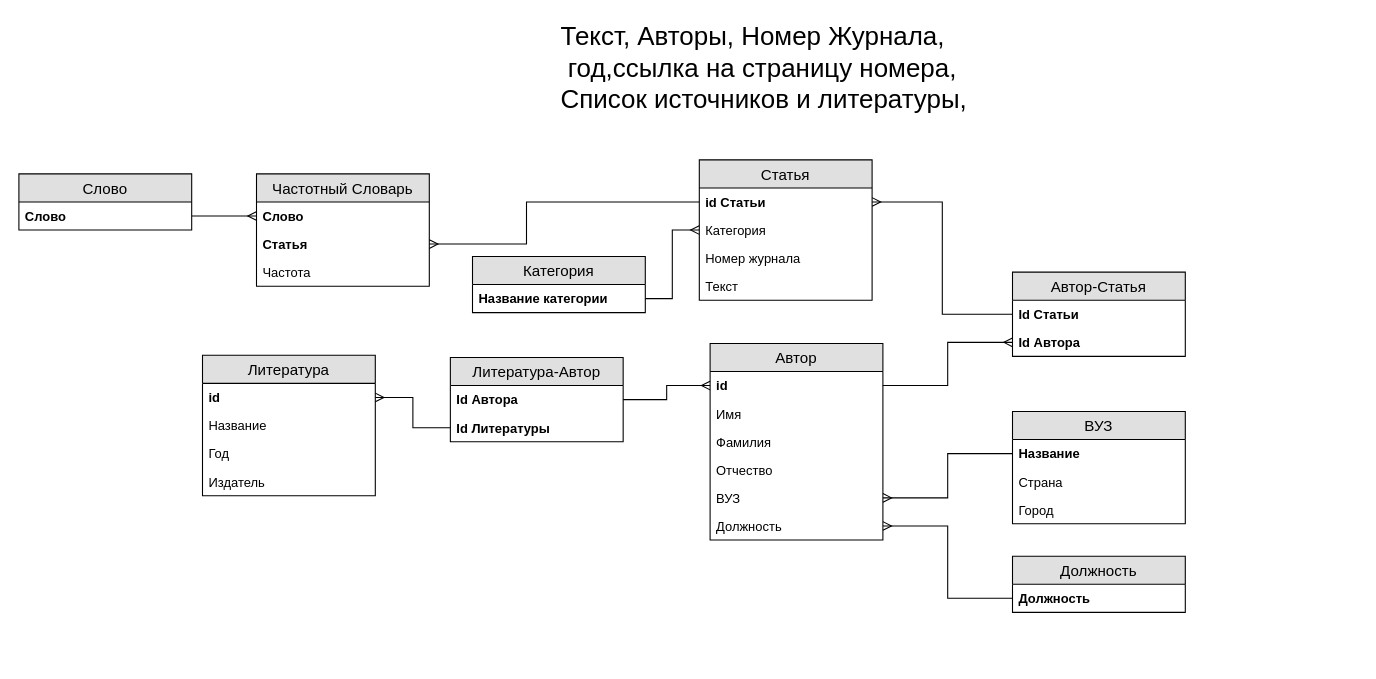
This is Диаграмма без названия.drawio from LeXgv/apteka-ER, a draw.io file, before an edit. Source tidied: cells renumbered, new cells numbered last; positions are measured from the earlier drawing's top-left corner, leaving out a move shared by most shapes. Both pictures are drawn from the tidied source at 108%, with x=0, y=0 at pixel (18, 18).
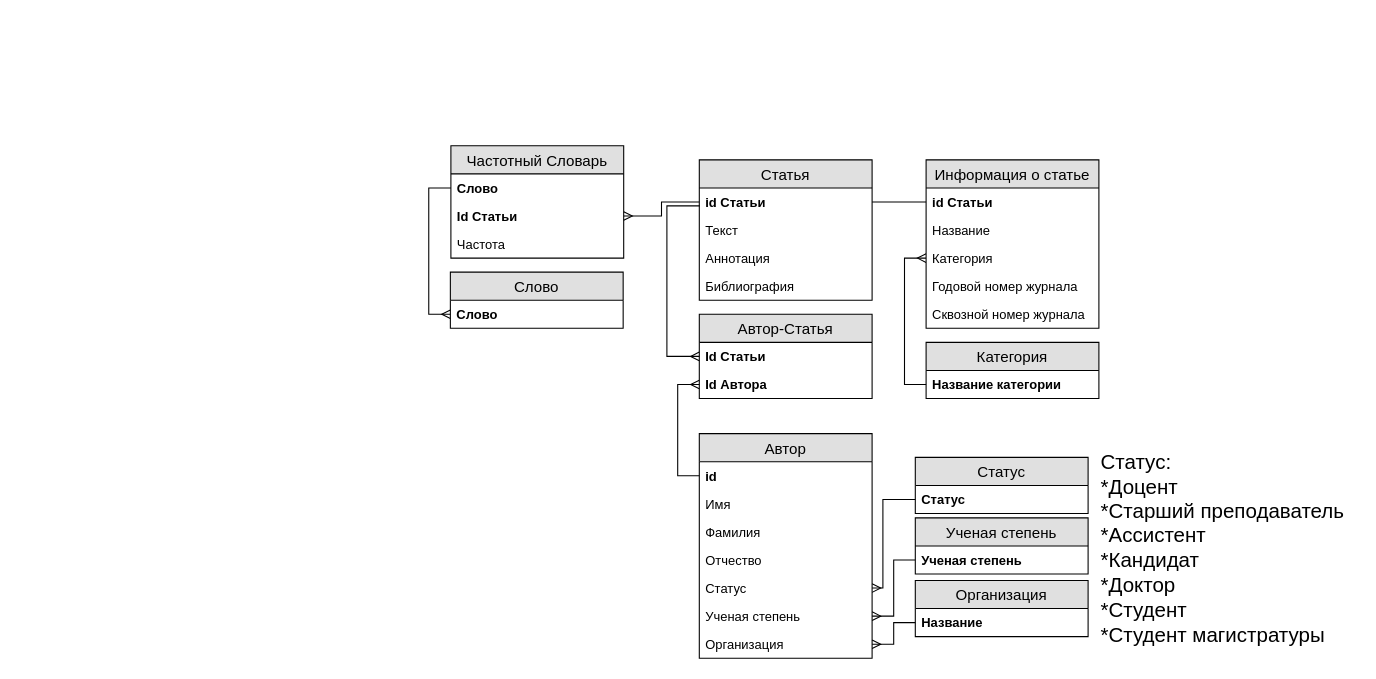
Above is the later version.

The change refers to these unchanged cells:
```xml
<mxCell id="2" value="Статья" style="swimlane;fontStyle=0;horizontal=1;startSize=26;fillColor=#e0e0e0;swimlaneFillColor=#ffffff;align=center;fontSize=14;" parent="1" vertex="1">
  <mxGeometry x="630" y="130.5" width="160" height="130" as="geometry" />
</mxCell>
<mxCell id="3" value="id Статьи" style="text;strokeColor=none;fillColor=none;spacingLeft=4;spacingRight=4;overflow=hidden;points=[[0,0.5],[1,0.5]];portConstraint=eastwest;fontSize=12;fontStyle=1;" parent="2" vertex="1">
  <mxGeometry y="26" width="160" height="26" as="geometry" />
</mxCell>
<mxCell id="9" value="Название категории" style="text;strokeColor=none;fillColor=none;spacingLeft=4;spacingRight=4;overflow=hidden;points=[[0,0.5],[1,0.5]];portConstraint=eastwest;fontSize=12;fontStyle=1;" parent="8" vertex="1">
  <mxGeometry y="26" width="160" height="26" as="geometry" />
</mxCell>
<mxCell id="12" value="id" style="text;strokeColor=none;fillColor=none;spacingLeft=4;spacingRight=4;overflow=hidden;points=[[0,0.5],[1,0.5]];portConstraint=eastwest;fontSize=12;fontStyle=1;" parent="11" vertex="1">
  <mxGeometry y="26" width="160" height="26" as="geometry" />
</mxCell>
<mxCell id="19" value="Название" style="text;strokeColor=none;fillColor=none;spacingLeft=4;spacingRight=4;overflow=hidden;points=[[0,0.5],[1,0.5]];portConstraint=eastwest;fontSize=12;fontStyle=1;" parent="18" vertex="1">
  <mxGeometry y="26" width="160" height="26" as="geometry" />
</mxCell>
<mxCell id="27" value="Id Статьи" style="text;strokeColor=none;fillColor=none;spacingLeft=4;spacingRight=4;overflow=hidden;points=[[0,0.5],[1,0.5]];portConstraint=eastwest;fontSize=12;fontStyle=1;" parent="26" vertex="1">
  <mxGeometry y="26" width="160" height="26" as="geometry" />
</mxCell>
<mxCell id="28" value="Id Автора" style="text;strokeColor=none;fillColor=none;spacingLeft=4;spacingRight=4;overflow=hidden;points=[[0,0.5],[1,0.5]];portConstraint=eastwest;fontSize=12;fontStyle=1;" parent="26" vertex="1">
  <mxGeometry y="52" width="160" height="26" as="geometry" />
</mxCell>
<mxCell id="42" value="Слово" style="text;strokeColor=none;fillColor=none;spacingLeft=4;spacingRight=4;overflow=hidden;points=[[0,0.5],[1,0.5]];portConstraint=eastwest;fontSize=12;fontStyle=1;" parent="41" vertex="1">
  <mxGeometry y="26" width="160" height="26" as="geometry" />
</mxCell>
<mxCell id="46" value="Слово" style="text;strokeColor=none;fillColor=none;spacingLeft=4;spacingRight=4;overflow=hidden;points=[[0,0.5],[1,0.5]];portConstraint=eastwest;fontSize=12;fontStyle=1;" parent="45" vertex="1">
  <mxGeometry y="26" width="160" height="26" as="geometry" />
</mxCell>
```

Diff of the diagram source:
```diff
@@
-    <mxCell id="4" value="Категория" style="text;strokeColor=none;fillColor=none;spacingLeft=4;spacingRight=4;overflow=hidden;points=[[0,0.5],[1,0.5]];portConstraint=eastwest;fontSize=12;" parent="2" vertex="1">
-      <mxGeometry y="52" width="160" height="26" as="geometry" />
-    </mxCell>
-    <mxCell id="5" value="Номер журнала" style="text;strokeColor=none;fillColor=none;spacingLeft=4;spacingRight=4;overflow=hidden;fontSize=12;" parent="2" vertex="1">
-      <mxGeometry y="78" width="160" height="26" as="geometry" />
-    </mxCell>
     <mxCell id="6" value="Текст" style="text;strokeColor=none;fillColor=none;spacingLeft=4;spacingRight=4;overflow=hidden;fontSize=12;" parent="2" vertex="1">
-      <mxGeometry y="104" width="160" height="26" as="geometry" />
+      <mxGeometry y="52" width="160" height="26" as="geometry" />
     </mxCell>
-    <mxCell id="7" value="&lt;span&gt;&lt;span&gt;&lt;font style=&quot;font-size: 24px&quot;&gt;Текст, Авторы, Номер Журнала,&lt;br&gt;&amp;nbsp;год,ссылка на страницу номера, &lt;br&gt;Список источников и литературы,&amp;nbsp;&lt;/font&gt;&lt;/span&gt;&lt;/span&gt;" style="text;html=1;align=left;verticalAlign=top;spacingTop=-4;" parent="1" vertex="1">
-      <mxGeometry x="500" width="400" height="60" as="geometry" />
-    </mxCell>
+    <mxCell id="49" value="Аннотация" style="text;strokeColor=none;fillColor=none;spacingLeft=4;spacingRight=4;overflow=hidden;fontSize=12;" parent="2" vertex="1">
+      <mxGeometry y="78" width="160" height="26" as="geometry" />
+    </mxCell>
+    <mxCell id="50" value="Библиография" style="text;strokeColor=none;fillColor=none;spacingLeft=4;spacingRight=4;overflow=hidden;fontSize=12;" parent="2" vertex="1">
+      <mxGeometry y="104" width="160" height="26" as="geometry" />
+    </mxCell>
     <mxCell id="8" value="Категория" style="swimlane;fontStyle=0;horizontal=1;startSize=26;fillColor=#e0e0e0;swimlaneFillColor=#ffffff;align=center;fontSize=14;" parent="1" vertex="1">
-      <mxGeometry x="420" y="220" width="160" height="52" as="geometry" />
+      <mxGeometry x="840" y="299.5" width="160" height="52" as="geometry" />
     </mxCell>
@@
-    <mxCell id="10" style="edgeStyle=orthogonalEdgeStyle;rounded=0;jettySize=auto;html=1;entryX=1;entryY=0.5;entryDx=0;entryDy=0;startArrow=ERmany;startFill=0;endArrow=none;endFill=0;" parent="1" edge="1" source="4" target="9">
+    <mxCell id="10" style="edgeStyle=orthogonalEdgeStyle;rounded=0;jettySize=auto;html=1;entryX=0;entryY=0.5;entryDx=0;entryDy=0;startArrow=ERmany;startFill=0;endArrow=none;endFill=0;" parent="1" edge="1" source="4" target="9">
       <mxGeometry relative="1" as="geometry" />
     </mxCell>
     <mxCell id="11" value="Автор" style="swimlane;fontStyle=0;horizontal=1;startSize=26;fillColor=#e0e0e0;swimlaneFillColor=#ffffff;align=center;fontSize=14;" parent="1" vertex="1">
-      <mxGeometry x="640" y="300.5" width="160" height="182" as="geometry" />
+      <mxGeometry x="630" y="384" width="160" height="208" as="geometry" />
     </mxCell>
@@
+    <mxCell id="51" value="Статус" style="text;strokeColor=none;fillColor=none;spacingLeft=4;spacingRight=4;overflow=hidden;points=[[0,0.5],[1,0.5]];portConstraint=eastwest;fontSize=12;" parent="11" vertex="1">
+      <mxGeometry y="130" width="160" height="26" as="geometry" />
+    </mxCell>
+    <mxCell id="52" value="Ученая степень" style="text;strokeColor=none;fillColor=none;spacingLeft=4;spacingRight=4;overflow=hidden;points=[[0,0.5],[1,0.5]];portConstraint=eastwest;fontSize=12;" parent="11" vertex="1">
+      <mxGeometry y="156" width="160" height="26" as="geometry" />
+    </mxCell>
-    <mxCell id="16" value="ВУЗ" style="text;strokeColor=none;fillColor=none;spacingLeft=4;spacingRight=4;overflow=hidden;points=[[0,0.5],[1,0.5]];portConstraint=eastwest;fontSize=12;" parent="11" vertex="1">
-      <mxGeometry y="130" width="160" height="26" as="geometry" />
+    <mxCell id="16" value="Организация" style="text;strokeColor=none;fillColor=none;spacingLeft=4;spacingRight=4;overflow=hidden;points=[[0,0.5],[1,0.5]];portConstraint=eastwest;fontSize=12;" parent="11" vertex="1">
+      <mxGeometry y="182" width="160" height="26" as="geometry" />
     </mxCell>
-    <mxCell id="17" value="Должность" style="text;strokeColor=none;fillColor=none;spacingLeft=4;spacingRight=4;overflow=hidden;points=[[0,0.5],[1,0.5]];portConstraint=eastwest;fontSize=12;" parent="11" vertex="1">
-      <mxGeometry y="156" width="160" height="26" as="geometry" />
-    </mxCell>
-    <mxCell id="18" value="ВУЗ" style="swimlane;fontStyle=0;horizontal=1;startSize=26;fillColor=#e0e0e0;swimlaneFillColor=#ffffff;align=center;fontSize=14;" parent="1" vertex="1">
-      <mxGeometry x="920" y="363.5" width="160" height="104" as="geometry" />
+    <mxCell id="18" value="Организация" style="swimlane;fontStyle=0;horizontal=1;startSize=26;fillColor=#e0e0e0;swimlaneFillColor=#ffffff;align=center;fontSize=14;" parent="1" vertex="1">
+      <mxGeometry x="830" y="520" width="160" height="52" as="geometry" />
     </mxCell>
@@
-    <mxCell id="20" value="Страна" style="text;strokeColor=none;fillColor=none;spacingLeft=4;spacingRight=4;overflow=hidden;fontSize=12;" parent="18" vertex="1">
-      <mxGeometry y="52" width="160" height="26" as="geometry" />
-    </mxCell>
-    <mxCell id="21" value="Город" style="text;strokeColor=none;fillColor=none;spacingLeft=4;spacingRight=4;overflow=hidden;fontSize=12;" parent="18" vertex="1">
-      <mxGeometry y="78" width="160" height="26" as="geometry" />
-    </mxCell>
-    <mxCell id="22" style="edgeStyle=orthogonalEdgeStyle;rounded=0;jettySize=auto;html=1;exitX=1;exitY=0.5;exitDx=0;exitDy=0;startArrow=ERmany;startFill=0;endArrow=none;endFill=0;" parent="1" edge="1" source="16" target="19">
-      <mxGeometry relative="1" as="geometry" />
-    </mxCell>
-    <mxCell id="23" value="Должность" style="swimlane;fontStyle=0;horizontal=1;startSize=26;fillColor=#e0e0e0;swimlaneFillColor=#ffffff;align=center;fontSize=14;" parent="1" vertex="1">
-      <mxGeometry x="920" y="497.5" width="160" height="52" as="geometry" />
+    <mxCell id="23" value="Статус" style="swimlane;fontStyle=0;horizontal=1;startSize=26;fillColor=#e0e0e0;swimlaneFillColor=#ffffff;align=center;fontSize=14;" parent="1" vertex="1">
+      <mxGeometry x="830" y="406" width="160" height="52" as="geometry" />
     </mxCell>
-    <mxCell id="24" value="Должность" style="text;strokeColor=none;fillColor=none;spacingLeft=4;spacingRight=4;overflow=hidden;points=[[0,0.5],[1,0.5]];portConstraint=eastwest;fontSize=12;fontStyle=1;" parent="23" vertex="1">
+    <mxCell id="24" value="Статус" style="text;strokeColor=none;fillColor=none;spacingLeft=4;spacingRight=4;overflow=hidden;points=[[0,0.5],[1,0.5]];portConstraint=eastwest;fontSize=12;fontStyle=1;" parent="23" vertex="1">
       <mxGeometry y="26" width="160" height="26" as="geometry" />
     </mxCell>
-    <mxCell id="25" style="edgeStyle=orthogonalEdgeStyle;rounded=0;jettySize=auto;html=1;exitX=1;exitY=0.5;exitDx=0;exitDy=0;entryX=0;entryY=0.5;entryDx=0;entryDy=0;startArrow=ERmany;startFill=0;endArrow=none;endFill=0;" parent="1" edge="1" source="17" target="24">
-      <mxGeometry relative="1" as="geometry" />
-    </mxCell>
     <mxCell id="26" value="Автор-Статья" style="swimlane;fontStyle=0;horizontal=1;startSize=26;fillColor=#e0e0e0;swimlaneFillColor=#ffffff;align=center;fontSize=14;" parent="1" vertex="1">
-      <mxGeometry x="920" y="234.5" width="160" height="78" as="geometry" />
+      <mxGeometry x="630" y="273.5" width="160" height="78" as="geometry" />
     </mxCell>
@@
-    <mxCell id="29" style="edgeStyle=orthogonalEdgeStyle;rounded=0;jettySize=auto;html=1;exitX=0;exitY=0.5;exitDx=0;exitDy=0;entryX=1;entryY=0.5;entryDx=0;entryDy=0;startArrow=ERmany;startFill=0;endArrow=none;endFill=0;" parent="1" edge="1" source="28" target="12">
+    <mxCell id="29" style="edgeStyle=orthogonalEdgeStyle;rounded=0;jettySize=auto;html=1;exitX=0;exitY=0.5;exitDx=0;exitDy=0;entryX=0;entryY=0.5;entryDx=0;entryDy=0;startArrow=ERmany;startFill=0;endArrow=none;endFill=0;" parent="1" edge="1" source="28" target="12">
       <mxGeometry relative="1" as="geometry" />
     </mxCell>
-    <mxCell id="30" style="edgeStyle=orthogonalEdgeStyle;rounded=0;jettySize=auto;html=1;exitX=1;exitY=0.5;exitDx=0;exitDy=0;entryX=0;entryY=0.5;entryDx=0;entryDy=0;startArrow=ERmany;startFill=0;endArrow=none;endFill=0;" parent="1" edge="1" source="3" target="27">
-      <mxGeometry relative="1" as="geometry" />
-    </mxCell>
-    <mxCell id="31" value="Литература" style="swimlane;fontStyle=0;horizontal=1;startSize=26;fillColor=#e0e0e0;swimlaneFillColor=#ffffff;align=center;fontSize=14;" parent="1" vertex="1">
-      <mxGeometry x="170" y="311.5" width="160" height="130" as="geometry" />
-    </mxCell>
-    <mxCell id="32" value="id" style="text;strokeColor=none;fillColor=none;spacingLeft=4;spacingRight=4;overflow=hidden;points=[[0,0.5],[1,0.5]];portConstraint=eastwest;fontSize=12;fontStyle=1;" parent="31" vertex="1">
-      <mxGeometry y="26" width="160" height="26" as="geometry" />
-    </mxCell>
-    <mxCell id="33" value="Название" style="text;strokeColor=none;fillColor=none;spacingLeft=4;spacingRight=4;overflow=hidden;fontSize=12;" parent="31" vertex="1">
-      <mxGeometry y="52" width="160" height="26" as="geometry" />
-    </mxCell>
-    <mxCell id="34" value="Год" style="text;strokeColor=none;fillColor=none;spacingLeft=4;spacingRight=4;overflow=hidden;fontSize=12;" parent="31" vertex="1">
-      <mxGeometry y="78" width="160" height="26" as="geometry" />
-    </mxCell>
-    <mxCell id="35" value="Издатель" style="text;strokeColor=none;fillColor=none;spacingLeft=4;spacingRight=4;overflow=hidden;fontSize=12;" parent="31" vertex="1">
-      <mxGeometry y="104" width="160" height="26" as="geometry" />
-    </mxCell>
-    <mxCell id="36" value="Литература-Автор" style="swimlane;fontStyle=0;horizontal=1;startSize=26;fillColor=#e0e0e0;swimlaneFillColor=#ffffff;align=center;fontSize=14;" parent="1" vertex="1">
-      <mxGeometry x="399.5" y="313.5" width="160" height="78" as="geometry" />
-    </mxCell>
-    <mxCell id="37" value="Id Автора" style="text;strokeColor=none;fillColor=none;spacingLeft=4;spacingRight=4;overflow=hidden;points=[[0,0.5],[1,0.5]];portConstraint=eastwest;fontSize=12;fontStyle=1;" parent="36" vertex="1">
-      <mxGeometry y="26" width="160" height="26" as="geometry" />
-    </mxCell>
-    <mxCell id="38" value="Id Литературы" style="text;strokeColor=none;fillColor=none;spacingLeft=4;spacingRight=4;overflow=hidden;points=[[0,0.5],[1,0.5]];portConstraint=eastwest;fontSize=12;fontStyle=1;" parent="36" vertex="1">
-      <mxGeometry y="52" width="160" height="26" as="geometry" />
-    </mxCell>
-    <mxCell id="39" style="edgeStyle=orthogonalEdgeStyle;rounded=0;jettySize=auto;html=1;entryX=0;entryY=0.5;entryDx=0;entryDy=0;startArrow=ERmany;startFill=0;endArrow=none;endFill=0;exitX=1;exitY=0.5;exitDx=0;exitDy=0;" parent="1" edge="1" source="32" target="38">
-      <mxGeometry relative="1" as="geometry" />
-    </mxCell>
-    <mxCell id="40" style="edgeStyle=orthogonalEdgeStyle;rounded=0;jettySize=auto;html=1;exitX=0;exitY=0.5;exitDx=0;exitDy=0;entryX=1;entryY=0.5;entryDx=0;entryDy=0;startArrow=ERmany;startFill=0;endArrow=none;endFill=0;" parent="1" edge="1" source="12" target="37">
-      <mxGeometry relative="1" as="geometry" />
-    </mxCell>
     <mxCell id="41" value="Частотный Словарь" style="swimlane;fontStyle=0;horizontal=1;startSize=26;fillColor=#e0e0e0;swimlaneFillColor=#ffffff;align=center;fontSize=14;" parent="1" vertex="1">
-      <mxGeometry x="220" y="143.5" width="160" height="104" as="geometry" />
+      <mxGeometry x="400" y="117.5" width="160" height="104" as="geometry" />
     </mxCell>
@@
-    <mxCell id="43" value="Статья" style="text;strokeColor=none;fillColor=none;spacingLeft=4;spacingRight=4;overflow=hidden;points=[[0,0.5],[1,0.5]];portConstraint=eastwest;fontSize=12;fontStyle=1;" parent="41" vertex="1">
+    <mxCell id="43" value="Id Статьи" style="text;strokeColor=none;fillColor=none;spacingLeft=4;spacingRight=4;overflow=hidden;points=[[0,0.5],[1,0.5]];portConstraint=eastwest;fontSize=12;fontStyle=1;" parent="41" vertex="1">
       <mxGeometry y="52" width="160" height="26" as="geometry" />
     </mxCell>
@@
     <mxCell id="45" value="Слово" style="swimlane;fontStyle=0;horizontal=1;startSize=26;fillColor=#e0e0e0;swimlaneFillColor=#ffffff;align=center;fontSize=14;" parent="1" vertex="1">
-      <mxGeometry y="143.5" width="160" height="52" as="geometry" />
+      <mxGeometry x="399.5" y="234.5" width="160" height="52" as="geometry" />
     </mxCell>
@@
-    <mxCell id="47" style="edgeStyle=orthogonalEdgeStyle;rounded=0;jettySize=auto;html=1;exitX=0;exitY=0.5;exitDx=0;exitDy=0;startArrow=ERmany;startFill=0;endArrow=none;endFill=0;" parent="1" edge="1" source="42" target="46">
-      <mxGeometry relative="1" as="geometry" />
-    </mxCell>
+    <mxCell id="53" value="Информация о статье" style="swimlane;fontStyle=0;horizontal=1;startSize=26;fillColor=#e0e0e0;swimlaneFillColor=#ffffff;align=center;fontSize=14;" parent="1" vertex="1">
+      <mxGeometry x="840" y="130.5" width="160" height="156" as="geometry" />
+    </mxCell>
+    <mxCell id="54" value="id Статьи" style="text;strokeColor=none;fillColor=none;spacingLeft=4;spacingRight=4;overflow=hidden;points=[[0,0.5],[1,0.5]];portConstraint=eastwest;fontSize=12;fontStyle=1;" parent="53" vertex="1">
+      <mxGeometry y="26" width="160" height="26" as="geometry" />
+    </mxCell>
+    <mxCell id="33" value="Название" style="text;strokeColor=none;fillColor=none;spacingLeft=4;spacingRight=4;overflow=hidden;fontSize=12;" parent="53" vertex="1">
+      <mxGeometry y="52" width="160" height="26" as="geometry" />
+    </mxCell>
+    <mxCell id="4" value="Категория" style="text;strokeColor=none;fillColor=none;spacingLeft=4;spacingRight=4;overflow=hidden;points=[[0,0.5],[1,0.5]];portConstraint=eastwest;fontSize=12;" parent="53" vertex="1">
+      <mxGeometry y="78" width="160" height="26" as="geometry" />
+    </mxCell>
+    <mxCell id="5" value="Годовой номер журнала" style="text;strokeColor=none;fillColor=none;spacingLeft=4;spacingRight=4;overflow=hidden;fontSize=12;" parent="53" vertex="1">
+      <mxGeometry y="104" width="160" height="26" as="geometry" />
+    </mxCell>
+    <mxCell id="55" value="Сквозной номер журнала" style="text;strokeColor=none;fillColor=none;spacingLeft=4;spacingRight=4;overflow=hidden;fontSize=12;" parent="53" vertex="1">
+      <mxGeometry y="130" width="160" height="26" as="geometry" />
+    </mxCell>
-    <mxCell id="48" style="edgeStyle=orthogonalEdgeStyle;rounded=0;jettySize=auto;html=1;exitX=1;exitY=0.5;exitDx=0;exitDy=0;entryX=0;entryY=0.5;entryDx=0;entryDy=0;startArrow=ERmany;startFill=0;endArrow=none;endFill=0;" parent="1" edge="1" source="43" target="3">
-      <mxGeometry relative="1" as="geometry">
-        <Array as="points">
-          <mxPoint x="470" y="209" />
-          <mxPoint x="470" y="170" />
-        </Array>
-      </mxGeometry>
+    <mxCell id="48" style="edgeStyle=orthogonalEdgeStyle;rounded=0;jettySize=auto;html=1;exitX=1;exitY=0.5;exitDx=0;exitDy=0;endArrow=none;endFill=0;startArrow=ERmany;startFill=0;" parent="1" edge="1" source="43" target="3">
+      <mxGeometry relative="1" as="geometry" />
     </mxCell>
+    <mxCell id="56" style="edgeStyle=orthogonalEdgeStyle;rounded=0;jettySize=auto;html=1;exitX=0;exitY=0.5;exitDx=0;exitDy=0;startArrow=ERmany;startFill=0;endArrow=none;endFill=0;" parent="1" edge="1" source="46" target="42">
+      <mxGeometry relative="1" as="geometry" />
+    </mxCell>
+    <mxCell id="57" style="edgeStyle=orthogonalEdgeStyle;rounded=0;jettySize=auto;html=1;exitX=0;exitY=0.5;exitDx=0;exitDy=0;startArrow=ERmany;startFill=0;endArrow=none;endFill=0;entryX=0.002;entryY=0.638;entryDx=0;entryDy=0;entryPerimeter=0;" parent="1" edge="1" source="27" target="3">
+      <mxGeometry relative="1" as="geometry">
+        <Array as="points">
+          <mxPoint x="600" y="313" />
+          <mxPoint x="600" y="173" />
+        </Array>
+      </mxGeometry>
+    </mxCell>
+    <mxCell id="58" style="edgeStyle=orthogonalEdgeStyle;rounded=0;jettySize=auto;html=1;exitX=1;exitY=0.5;exitDx=0;exitDy=0;entryX=0;entryY=0.5;entryDx=0;entryDy=0;startArrow=none;startFill=0;endArrow=none;endFill=0;" parent="1" edge="1" source="3" target="54">
+      <mxGeometry relative="1" as="geometry" />
+    </mxCell>
+    <mxCell id="22" style="edgeStyle=orthogonalEdgeStyle;rounded=0;jettySize=auto;html=1;exitX=1;exitY=0.5;exitDx=0;exitDy=0;entryX=0;entryY=0.5;entryDx=0;entryDy=0;startArrow=ERmany;startFill=0;endArrow=none;endFill=0;" parent="1" edge="1" source="16" target="19">
+      <mxGeometry relative="1" as="geometry" />
+    </mxCell>
+    <mxCell id="59" value="&lt;font style=&quot;font-size: 19px&quot;&gt;Статус:&lt;br&gt;*Доцент&lt;br&gt;*Старший преподаватель&lt;br&gt;*Ассистент&lt;br&gt;*Кандидат&lt;br&gt;*Доктор&lt;br&gt;*Студент&lt;br&gt;&lt;/font&gt;&lt;font style=&quot;font-size: 19px&quot;&gt;*Студент магистратуры&lt;/font&gt;&lt;br&gt;" style="text;html=1;align=left;verticalAlign=top;spacingTop=-4;" parent="1" vertex="1">
+      <mxGeometry x="1000" y="397" width="240" height="130" as="geometry" />
+    </mxCell>
+    <mxCell id="60" value="Ученая степень" style="swimlane;fontStyle=0;horizontal=1;startSize=26;fillColor=#e0e0e0;swimlaneFillColor=#ffffff;align=center;fontSize=14;" parent="1" vertex="1">
+      <mxGeometry x="830" y="462" width="160" height="52" as="geometry" />
+    </mxCell>
+    <mxCell id="61" value="Ученая степень" style="text;strokeColor=none;fillColor=none;spacingLeft=4;spacingRight=4;overflow=hidden;points=[[0,0.5],[1,0.5]];portConstraint=eastwest;fontSize=12;fontStyle=1;" parent="60" vertex="1">
+      <mxGeometry y="26" width="160" height="26" as="geometry" />
+    </mxCell>
+    <mxCell id="62" style="edgeStyle=orthogonalEdgeStyle;rounded=0;jettySize=auto;html=1;exitX=1;exitY=0.5;exitDx=0;exitDy=0;startArrow=ERmany;startFill=0;endArrow=none;endFill=0;" parent="1" edge="1" source="52" target="61">
+      <mxGeometry relative="1" as="geometry" />
+    </mxCell>
+    <mxCell id="63" style="edgeStyle=orthogonalEdgeStyle;rounded=0;jettySize=auto;html=1;exitX=1;exitY=0.5;exitDx=0;exitDy=0;entryX=0;entryY=0.5;entryDx=0;entryDy=0;startArrow=ERmany;startFill=0;endArrow=none;endFill=0;" parent="1" edge="1" source="51" target="24">
+      <mxGeometry relative="1" as="geometry">
+        <Array as="points">
+          <mxPoint x="800" y="527" />
+          <mxPoint x="800" y="445" />
+        </Array>
+      </mxGeometry>
+    </mxCell>
```
